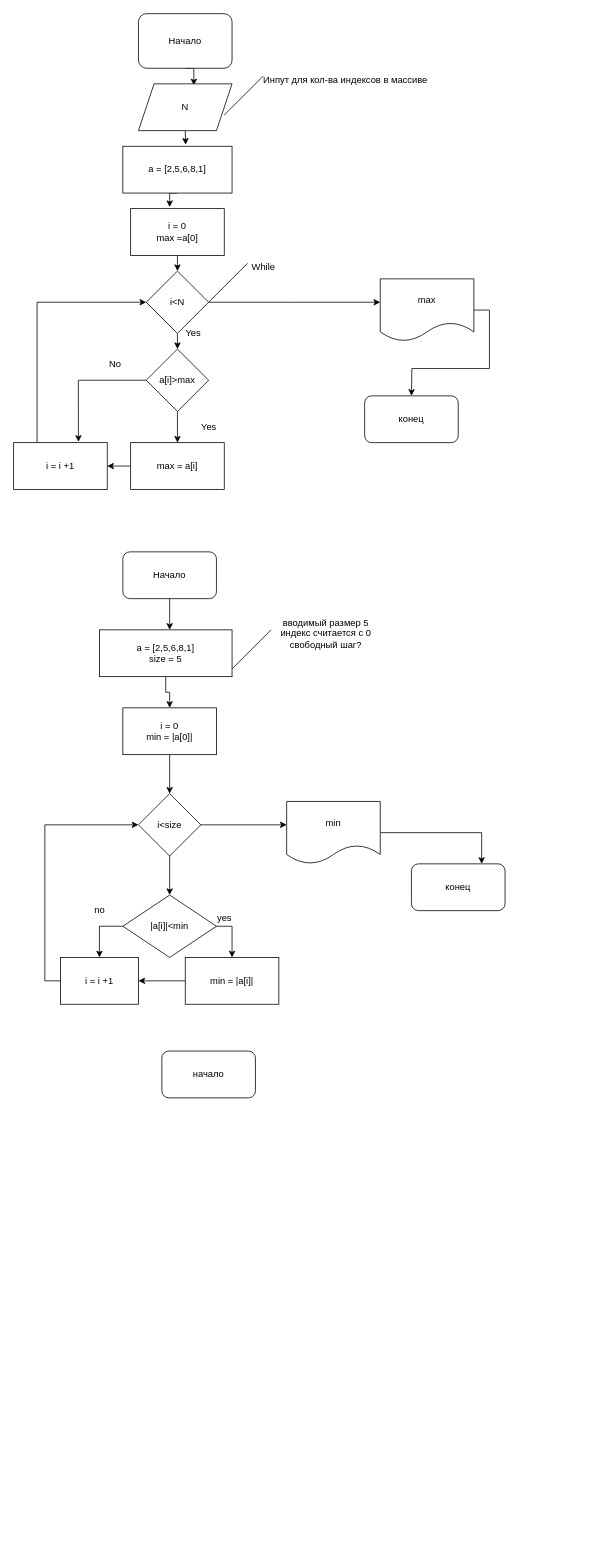
Earlier version of the draw.io diagram Untitled Diagram.drawio (AllLook/diagrams2). Source tidied: cells renumbered, new cells numbered last; positions are measured from the earlier drawing's top-left corner, leaving out a move shared by most shapes. Both pictures are drawn from the tidied source at 78%, with x=0, y=0 at pixel (13, 13).
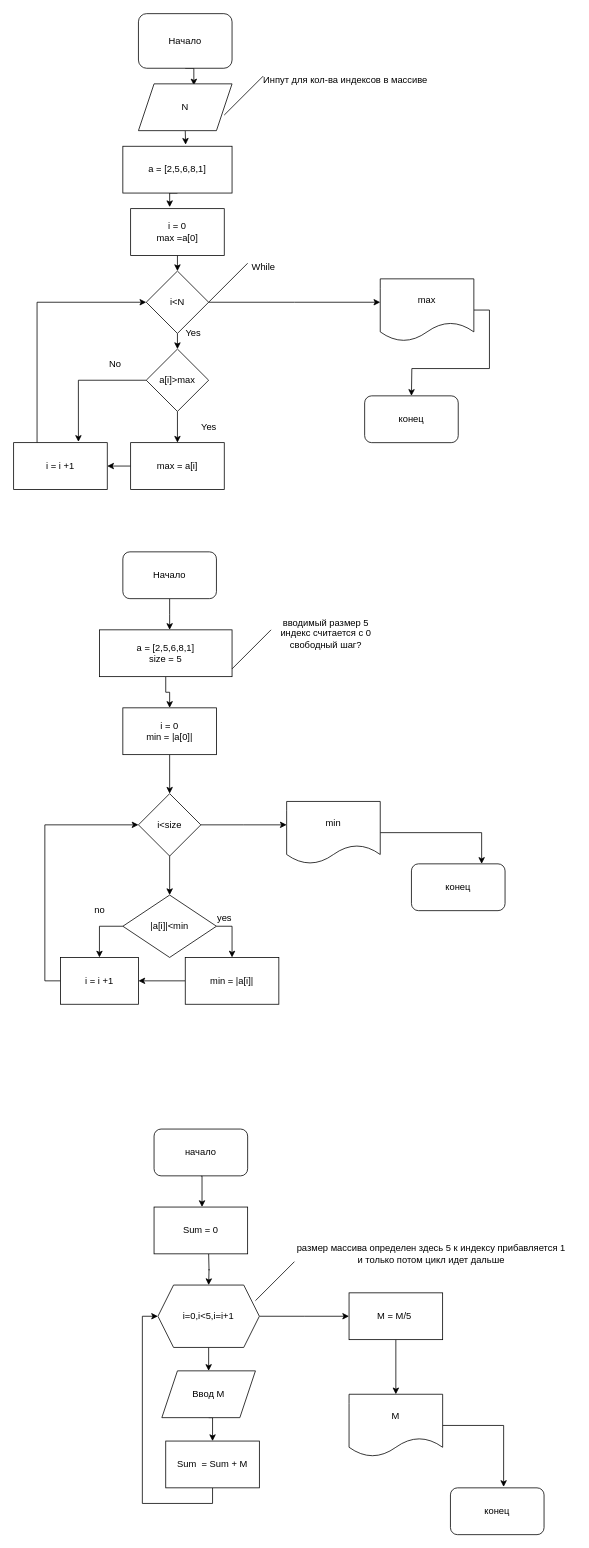
Above is the later version.

What changed in the source:
```diff
@@
+    <mxCell id="54" style="edgeStyle=orthogonalEdgeStyle;rounded=0;jettySize=auto;html=1;exitX=0.5;exitY=1;exitDx=0;exitDy=0;entryX=0.45;entryY=-0.002;entryDx=0;entryDy=0;entryPerimeter=0;" parent="1" edge="1" source="53">
+      <mxGeometry relative="1" as="geometry">
+        <mxPoint x="241.5" y="1529.9" as="targetPoint" />
+      </mxGeometry>
+    </mxCell>
     <mxCell id="53" value="начало" style="rounded=1;whiteSpace=wrap;html=1;" parent="1" vertex="1">
-      <mxGeometry x="190" y="1330" width="120" height="60" as="geometry" />
+      <mxGeometry x="180" y="1430" width="120" height="60" as="geometry" />
     </mxCell>
+    <mxCell id="55" style="edgeStyle=orthogonalEdgeStyle;rounded=0;orthogonalLoop=1;jettySize=auto;html=1;exitX=0.5;exitY=1;exitDx=0;exitDy=0;entryX=0.5;entryY=0;entryDx=0;entryDy=0;" parent="1" edge="1">
+      <mxGeometry relative="1" as="geometry">
+        <mxPoint x="250" y="1590" as="sourcePoint" />
+        <mxPoint x="250" y="1630" as="targetPoint" />
+      </mxGeometry>
+    </mxCell>
+    <mxCell id="56" style="edgeStyle=orthogonalEdgeStyle;rounded=0;jettySize=auto;html=1;exitX=0.5;exitY=1;exitDx=0;exitDy=0;" parent="1" edge="1" source="58">
+      <mxGeometry relative="1" as="geometry">
+        <mxPoint x="250" y="1740" as="targetPoint" />
+      </mxGeometry>
+    </mxCell>
+    <mxCell id="57" style="edgeStyle=orthogonalEdgeStyle;rounded=0;jettySize=auto;html=1;exitX=1;exitY=0.5;exitDx=0;exitDy=0;" parent="1" edge="1" source="58">
+      <mxGeometry relative="1" as="geometry">
+        <mxPoint x="430" y="1670" as="targetPoint" />
+      </mxGeometry>
+    </mxCell>
+    <mxCell id="58" value="i=0,i&amp;lt;5,i=i+1" style="shape=hexagon;perimeter=hexagonPerimeter2;whiteSpace=wrap;html=1;fixedSize=1;" parent="1" vertex="1">
+      <mxGeometry x="185" y="1630" width="130" height="80" as="geometry" />
+    </mxCell>
+    <mxCell id="59" value="Sum = 0" style="rounded=0;whiteSpace=wrap;html=1;" parent="1" vertex="1">
+      <mxGeometry x="180" y="1530" width="120" height="60" as="geometry" />
+    </mxCell>
+    <mxCell id="60" style="edgeStyle=orthogonalEdgeStyle;rounded=0;jettySize=auto;html=1;exitX=0.5;exitY=1;exitDx=0;exitDy=0;entryX=0.5;entryY=0;entryDx=0;entryDy=0;" parent="1" edge="1" source="61" target="63">
+      <mxGeometry relative="1" as="geometry" />
+    </mxCell>
+    <mxCell id="61" value="Ввод М" style="shape=parallelogram;perimeter=parallelogramPerimeter;whiteSpace=wrap;html=1;fixedSize=1;" parent="1" vertex="1">
+      <mxGeometry x="190" y="1740" width="120" height="60" as="geometry" />
+    </mxCell>
+    <mxCell id="62" style="edgeStyle=orthogonalEdgeStyle;rounded=0;jettySize=auto;html=1;exitX=0.5;exitY=1;exitDx=0;exitDy=0;entryX=0;entryY=0.5;entryDx=0;entryDy=0;" parent="1" edge="1" source="63" target="58">
+      <mxGeometry relative="1" as="geometry" />
+    </mxCell>
+    <mxCell id="63" value="Sum&amp;nbsp; = Sum + М" style="rounded=0;whiteSpace=wrap;html=1;" parent="1" vertex="1">
+      <mxGeometry x="195" y="1830" width="120" height="60" as="geometry" />
+    </mxCell>
+    <mxCell id="64" style="edgeStyle=orthogonalEdgeStyle;rounded=0;jettySize=auto;html=1;exitX=0.5;exitY=1;exitDx=0;exitDy=0;entryX=0.5;entryY=0;entryDx=0;entryDy=0;" parent="1" edge="1" source="65" target="67">
+      <mxGeometry relative="1" as="geometry" />
+    </mxCell>
+    <mxCell id="65" value="М = М/5&amp;nbsp;" style="rounded=0;whiteSpace=wrap;html=1;" parent="1" vertex="1">
+      <mxGeometry x="430" y="1640" width="120" height="60" as="geometry" />
+    </mxCell>
+    <mxCell id="66" style="edgeStyle=orthogonalEdgeStyle;rounded=0;jettySize=auto;html=1;exitX=1;exitY=0.5;exitDx=0;exitDy=0;entryX=0.568;entryY=-0.02;entryDx=0;entryDy=0;entryPerimeter=0;" parent="1" edge="1" source="67" target="68">
+      <mxGeometry relative="1" as="geometry" />
+    </mxCell>
+    <mxCell id="67" value="M" style="shape=document;whiteSpace=wrap;html=1;boundedLbl=1;" parent="1" vertex="1">
+      <mxGeometry x="430" y="1770" width="120" height="80" as="geometry" />
+    </mxCell>
+    <mxCell id="68" value="конец" style="rounded=1;whiteSpace=wrap;html=1;" parent="1" vertex="1">
+      <mxGeometry x="560" y="1890" width="120" height="60" as="geometry" />
+    </mxCell>
+    <mxCell id="69" style="endArrow=none;html=1;rounded=0;" parent="1" edge="1">
+      <mxGeometry relative="1" as="geometry">
+        <mxPoint x="310" y="1650" as="sourcePoint" />
+        <mxPoint x="360" y="1600" as="targetPoint" />
+      </mxGeometry>
+    </mxCell>
+    <mxCell id="70" value="размер массива определен здесь 5 к индексу прибавляется 1&lt;br&gt;и только потом цикл идет дальше" style="text;html=1;align=center;verticalAlign=middle;strokeColor=none;fillColor=none;" parent="1" vertex="1">
+      <mxGeometry x="350" y="1570" width="370" height="40" as="geometry" />
+    </mxCell>
```
